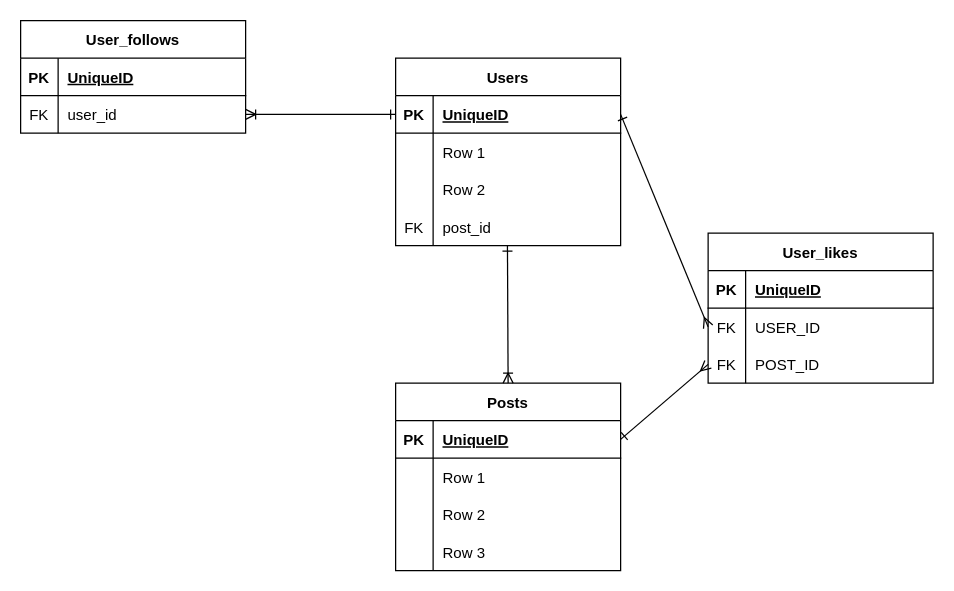
Earlier version of the draw.io diagram social.drawio (AndresDiagoM/curso-nodejs-microservicios). Source tidied: cells renumbered, new cells numbered last; positions are measured from the earlier drawing's top-left corner, leaving out a move shared by most shapes. Both pictures are drawn from the tidied source at 125%, with x=0, y=0 at pixel (20, 20).
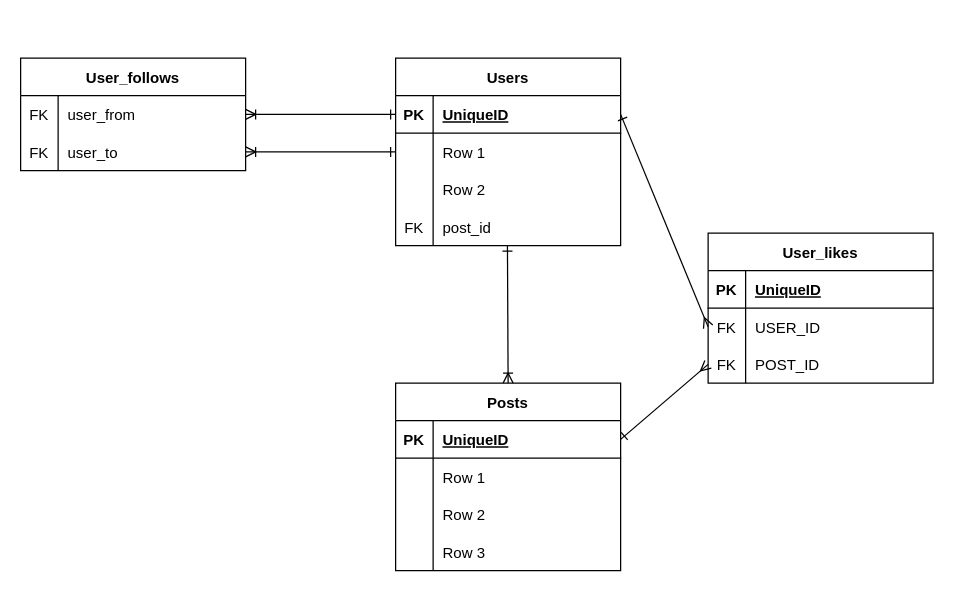
The same diagram, later.

The change refers to these unchanged cells:
```xml
<mxCell id="6" style="shape=tableRow;horizontal=0;startSize=0;swimlaneHead=0;swimlaneBody=0;fillColor=none;points=[[0,0.5],[1,0.5]];portConstraint=eastwest;top=0;left=0;right=0;bottom=0;" parent="2" vertex="1">
  <mxGeometry y="60" width="180" height="30" as="geometry" />
</mxCell>
```

The edit, as a diff of the source:
```diff
@@
     <mxCell id="29" value="User_follows" style="shape=table;startSize=30;childLayout=tableLayout;rowLines=0;fontStyle=1;align=center;" parent="1" vertex="1">
-      <mxGeometry width="180" height="90" as="geometry" />
+      <mxGeometry y="30" width="180" height="90" as="geometry" />
     </mxCell>
-    <mxCell id="30" style="shape=tableRow;horizontal=0;startSize=0;swimlaneHead=0;swimlaneBody=0;fillColor=none;top=0;left=0;right=0;bottom=1;" parent="29" vertex="1">
-      <mxGeometry y="30" width="180" height="30" as="geometry" />
-    </mxCell>
-    <mxCell id="31" value="PK" style="shape=partialRectangle;fillColor=none;top=0;left=0;bottom=0;right=0;fontStyle=1;overflow=hidden;" parent="30" vertex="1">
-      <mxGeometry width="30" height="30" as="geometry" />
-    </mxCell>
-    <mxCell id="32" value="UniqueID" style="shape=partialRectangle;fillColor=none;top=0;left=0;bottom=0;right=0;align=left;spacingLeft=6;fontStyle=5;overflow=hidden;" parent="30" vertex="1">
-      <mxGeometry x="30" width="150" height="30" as="geometry" />
-    </mxCell>
     <mxCell id="33" style="shape=tableRow;horizontal=0;startSize=0;swimlaneHead=0;swimlaneBody=0;fillColor=none;points=[[0,0.5],[1,0.5]];portConstraint=eastwest;top=0;left=0;right=0;bottom=0;" parent="29" vertex="1">
-      <mxGeometry y="60" width="180" height="30" as="geometry" />
+      <mxGeometry y="30" width="180" height="30" as="geometry" />
     </mxCell>
@@
-    <mxCell id="35" value="user_id" style="shape=partialRectangle;fillColor=none;top=0;left=0;bottom=0;right=0;align=left;spacingLeft=6;overflow=hidden;" parent="33" vertex="1">
+    <mxCell id="35" value="user_from" style="shape=partialRectangle;fillColor=none;top=0;left=0;bottom=0;right=0;align=left;spacingLeft=6;overflow=hidden;" parent="33" vertex="1">
       <mxGeometry x="30" width="150" height="30" as="geometry" />
     </mxCell>
+    <mxCell id="49" style="shape=tableRow;horizontal=0;startSize=0;swimlaneHead=0;swimlaneBody=0;fillColor=none;points=[[0,0.5],[1,0.5]];portConstraint=eastwest;top=0;left=0;right=0;bottom=0;" parent="29" vertex="1">
+      <mxGeometry y="60" width="180" height="30" as="geometry" />
+    </mxCell>
+    <mxCell id="50" value="FK" style="shape=partialRectangle;fillColor=none;top=0;left=0;bottom=0;right=0;overflow=hidden;" parent="49" vertex="1">
+      <mxGeometry width="30" height="30" as="geometry" />
+    </mxCell>
+    <mxCell id="51" value="user_to" style="shape=partialRectangle;fillColor=none;top=0;left=0;bottom=0;right=0;align=left;spacingLeft=6;overflow=hidden;" parent="49" vertex="1">
+      <mxGeometry x="30" width="150" height="30" as="geometry" />
+    </mxCell>
@@
+    <mxCell id="52" style="edgeStyle=none;html=1;exitX=1;exitY=0.5;exitDx=0;exitDy=0;entryX=0;entryY=0.5;entryDx=0;entryDy=0;endArrow=ERone;endFill=0;startArrow=ERoneToMany;startFill=0;" parent="1" edge="1" source="49" target="6">
+      <mxGeometry relative="1" as="geometry" />
+    </mxCell>
```
